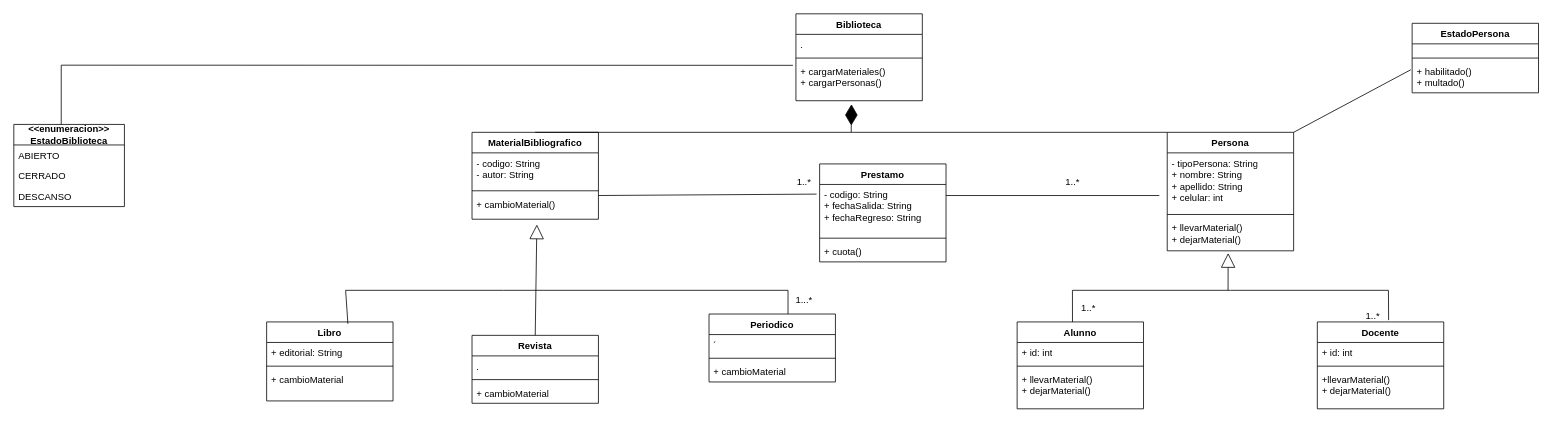
Nikooll/Biblioteca_P.O.O keeps this draw.io diagram as Biblioteca.drawio. Above is the earlier version. Source tidied: cells renumbered, new cells numbered last; positions are measured from the earlier drawing's top-left corner, leaving out a move shared by most shapes. Both pictures are drawn from the tidied source at 79%, with x=0, y=0 at pixel (13, 13).
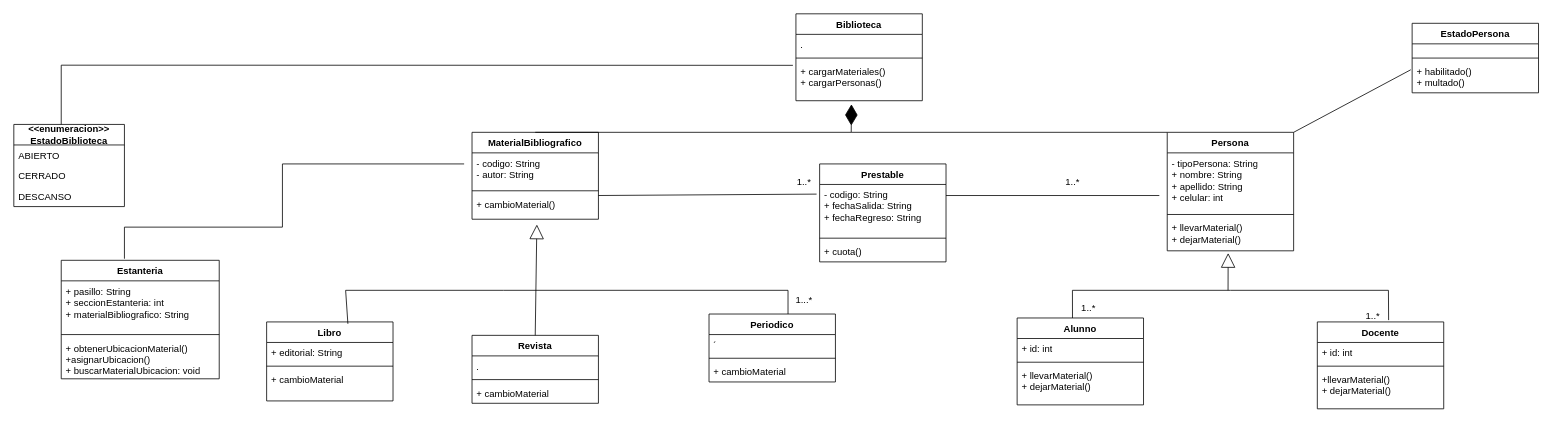
The same diagram, later.

What changed in the source:
```diff
@@
-    <mxCell id="10" value="Prestamo" style="swimlane;fontStyle=1;align=center;verticalAlign=top;horizontal=1;startSize=26;whiteSpace=wrap;html=1;" parent="1" vertex="1">
+    <mxCell id="10" value="Prestable" style="swimlane;fontStyle=1;align=center;verticalAlign=top;horizontal=1;startSize=26;whiteSpace=wrap;html=1;" parent="1" vertex="1">
       <mxGeometry x="1020" y="190" width="160" height="124" as="geometry" />
     </mxCell>
@@
     <mxCell id="40" value="Alunno" style="swimlane;fontStyle=1;align=center;verticalAlign=top;horizontal=1;startSize=26;whiteSpace=wrap;html=1;" parent="1" vertex="1">
-      <mxGeometry x="1270" y="390" width="160" height="110" as="geometry" />
+      <mxGeometry x="1270" y="385" width="160" height="110" as="geometry" />
     </mxCell>
@@
+    <mxCell id="63" value="Estanteria" style="swimlane;fontStyle=1;align=center;verticalAlign=top;horizontal=1;startSize=26;whiteSpace=wrap;html=1;" parent="1" vertex="1">
+      <mxGeometry x="60" y="312" width="200" height="150" as="geometry" />
+    </mxCell>
+    <mxCell id="64" value="&lt;div&gt;+ pasillo: String&lt;/div&gt;&lt;div&gt;+ seccionEstanteria: int&lt;/div&gt;&lt;div&gt;+ materialBibliografico: String&lt;br&gt;&lt;/div&gt;" style="text;strokeColor=none;fillColor=none;align=left;verticalAlign=top;spacingLeft=4;spacingRight=4;overflow=hidden;whiteSpace=wrap;html=1;" parent="63" vertex="1">
+      <mxGeometry y="26" width="200" height="64" as="geometry" />
+    </mxCell>
+    <mxCell id="65" style="line;strokeWidth=1;fillColor=none;align=left;verticalAlign=middle;spacingTop=-1;spacingLeft=3;spacingRight=3;labelPosition=right;strokeColor=inherit;" parent="63" vertex="1">
+      <mxGeometry y="90" width="200" height="8" as="geometry" />
+    </mxCell>
+    <mxCell id="66" value="&lt;div&gt;+ obtenerUbicacionMaterial()&lt;/div&gt;&lt;div&gt;+asignarUbicacion()&lt;/div&gt;&lt;div&gt;+ buscarMaterialUbicacion: void&lt;br&gt;&lt;/div&gt;" style="text;strokeColor=none;fillColor=none;align=left;verticalAlign=top;spacingLeft=4;spacingRight=4;overflow=hidden;whiteSpace=wrap;html=1;" parent="63" vertex="1">
+      <mxGeometry y="98" width="200" height="52" as="geometry" />
+    </mxCell>
+    <mxCell id="67" style="endArrow=none;html=1;rounded=0;" parent="1" edge="1">
+      <mxGeometry relative="1" as="geometry">
+        <mxPoint x="140" y="310" as="sourcePoint" />
+        <mxPoint x="570" y="190" as="targetPoint" />
+        <Array as="points">
+          <mxPoint x="140" y="270" />
+          <mxPoint x="340" y="270" />
+          <mxPoint x="340" y="190" />
+        </Array>
+      </mxGeometry>
+    </mxCell>
```
